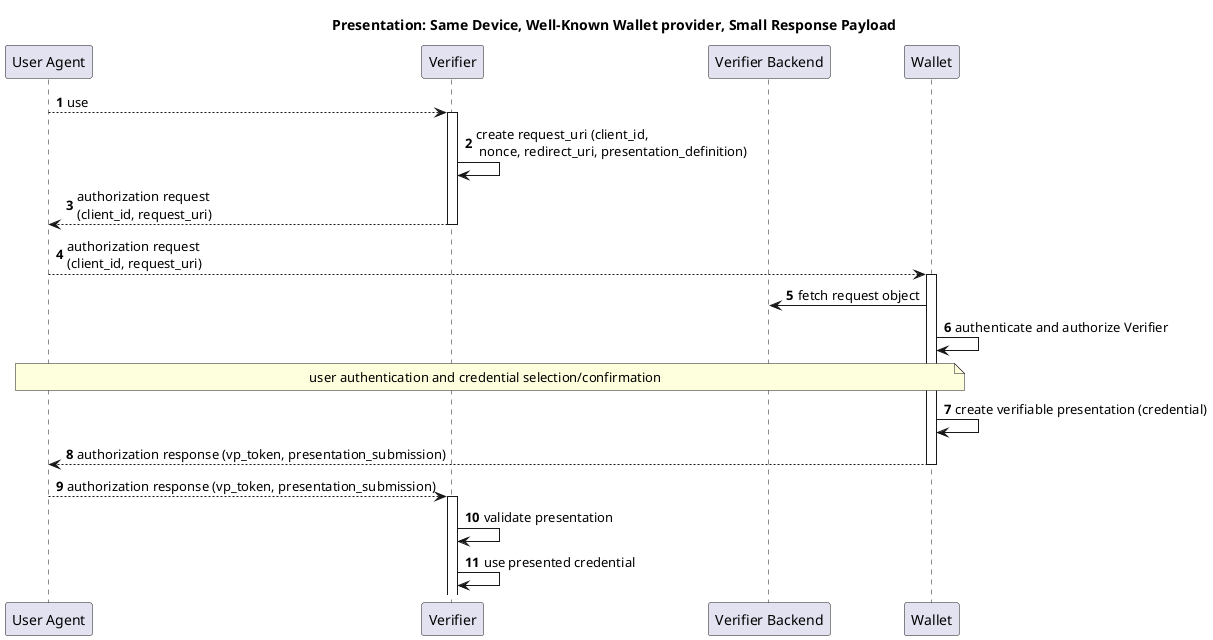
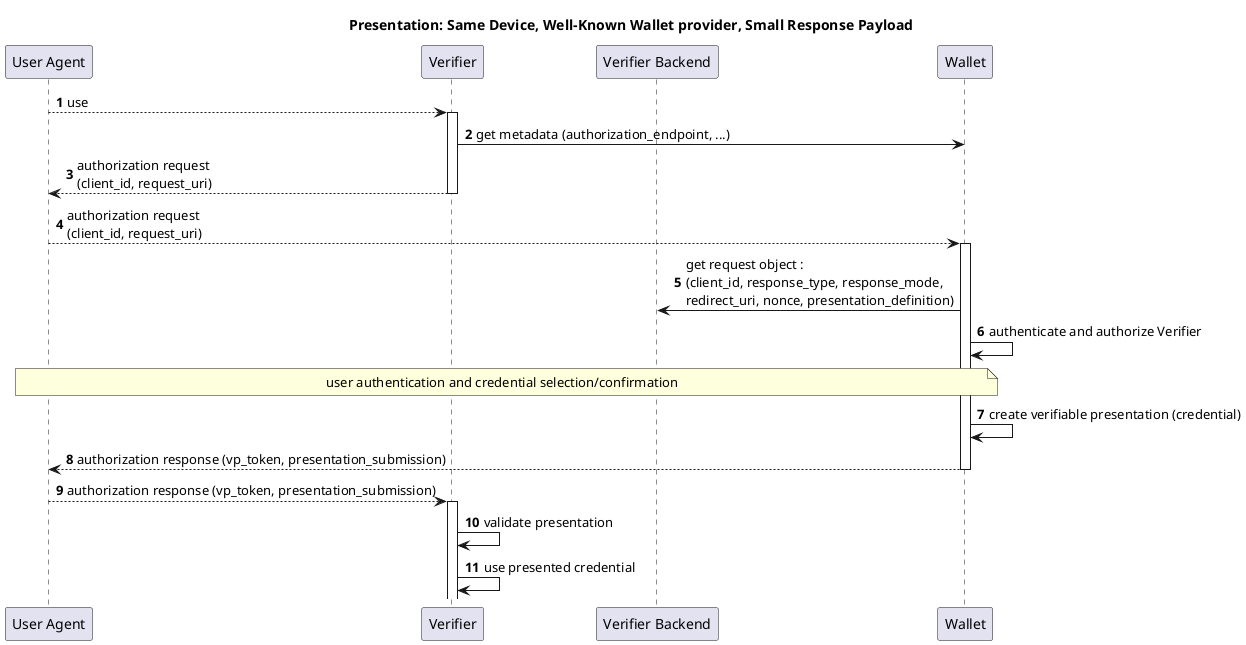
@startuml

autonumber

title "Presentation: Same Device, Well-Known Wallet provider, Small Response Payload"

participant "User Agent" as u

participant "Verifier" as r

participant "Verifier Backend" as rb

participant "Wallet" as w

u --> r : use
activate r
- r -> r: create request_uri (client_id,\n nonce, redirect_uri, presentation_definition)
+ r -> w: get metadata (authorization_endpoint, ...)
r --> u: authorization request\n(client_id, request_uri)
deactivate r
u --> w: authorization request\n(client_id, request_uri)
activate w
- w -> rb: fetch request object
+ w -> rb: get request object : \n(client_id, response_type, response_mode, \nredirect_uri, nonce, presentation_definition)
w -> w: authenticate and authorize Verifier

note over u, w: user authentication and credential selection/confirmation

w -> w: create verifiable presentation (credential)
w --> u: authorization response (vp_token, presentation_submission)
deactivate w
u --> r: authorization response (vp_token, presentation_submission)
activate r
r -> r: validate presentation
r -> r: use presented credential
@enduml